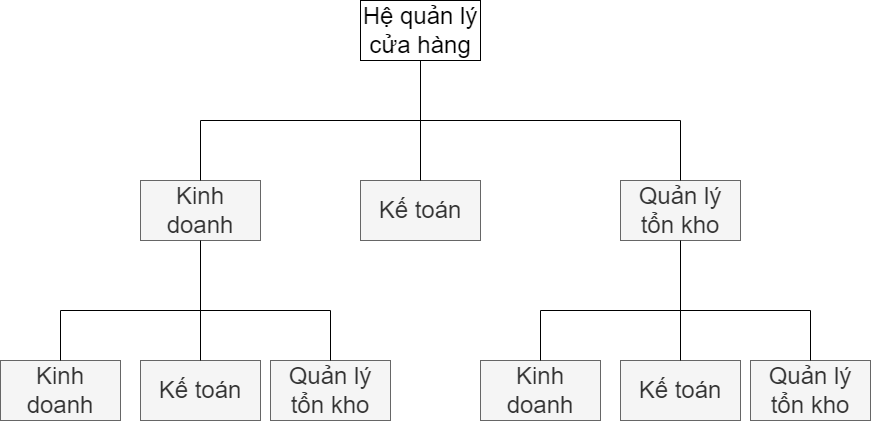
Earlier version of the draw.io export Chương 5a.png (datnham0212/learning). Source tidied: cells renumbered, new cells last; positions are measured from the earlier drawing's top-left corner, leaving out a move shared by most shapes.
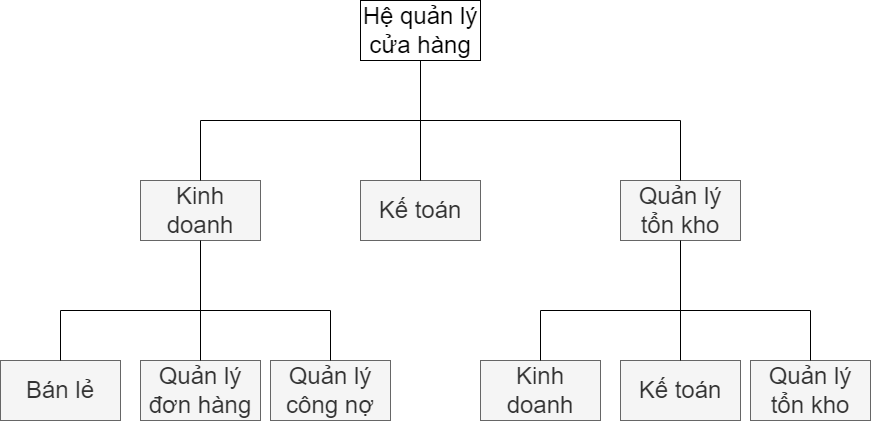
Above is the later version.

What changed in the source:
```diff
@@ -37,10 +37,10 @@
         <mxPoint x="680" y="120" as="targetPoint" />
       </mxGeometry>
     </mxCell>
-    <mxCell id="10" value="Kinh doanh" style="rounded=0;whiteSpace=wrap;html=1;fontSize=24;fillColor=#f5f5f5;fontColor=#333333;strokeColor=#666666;" parent="1" vertex="1">
+    <mxCell id="10" value="Bán lẻ" style="rounded=0;whiteSpace=wrap;html=1;fontSize=24;fillColor=#f5f5f5;fontColor=#333333;strokeColor=#666666;" parent="1" vertex="1">
       <mxGeometry y="360" width="120" height="60" as="geometry" />
     </mxCell>
-    <mxCell id="11" value="Quản lý tổn kho" style="rounded=0;whiteSpace=wrap;html=1;fontSize=24;fillColor=#f5f5f5;fontColor=#333333;strokeColor=#666666;" parent="1" vertex="1">
+    <mxCell id="11" value="Quản lý công nợ" style="rounded=0;whiteSpace=wrap;html=1;fontSize=24;fillColor=#f5f5f5;fontColor=#333333;strokeColor=#666666;" parent="1" vertex="1">
       <mxGeometry x="270" y="360" width="120" height="60" as="geometry" />
     </mxCell>
     <mxCell id="12" style="endArrow=none;html=1;rounded=0;fontSize=24;exitX=0.5;exitY=0;exitDx=0;exitDy=0;" parent="1" edge="1" source="10">
@@ -53,7 +53,7 @@
         <mxPoint x="330" y="310" as="sourcePoint" />
       </mxGeometry>
     </mxCell>
-    <mxCell id="14" value="Kế toán" style="rounded=0;whiteSpace=wrap;html=1;fontSize=24;fillColor=#f5f5f5;fontColor=#333333;strokeColor=#666666;" parent="1" vertex="1">
+    <mxCell id="14" value="Quản lý đơn hàng" style="rounded=0;whiteSpace=wrap;html=1;fontSize=24;fillColor=#f5f5f5;fontColor=#333333;strokeColor=#666666;" parent="1" vertex="1">
       <mxGeometry x="140" y="360" width="120" height="60" as="geometry" />
     </mxCell>
     <mxCell id="15" style="endArrow=none;html=1;rounded=0;entryX=0.5;entryY=0;entryDx=0;entryDy=0;fontSize=24;exitX=0.5;exitY=1;exitDx=0;exitDy=0;" parent="1" edge="1" source="2" target="14">
```
